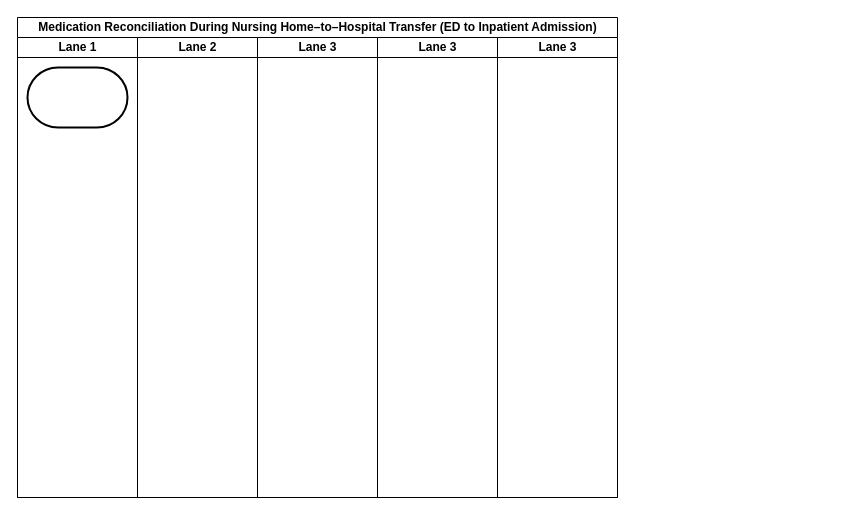
The draw.io diagram Process Chart.drawio in melmirasol/Case-Problem-6.2, before the edit. Source tidied: cells renumbered, new cells numbered last; positions are measured from the earlier drawing's top-left corner, leaving out a move shared by most shapes. Both pictures are drawn from the tidied source at 100%, with x=0, y=0 at pixel (17, 17).
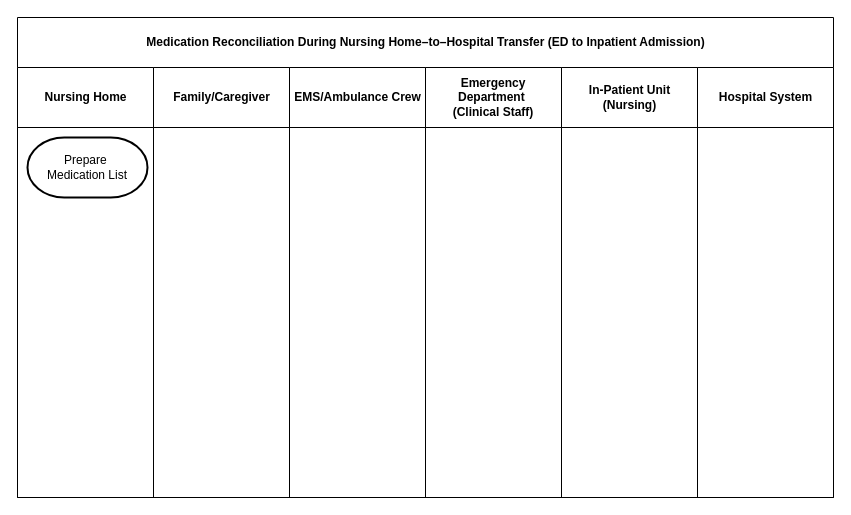
The same diagram, later.

The edit, as a diff of the source:
```diff
@@
 <mxGraphModel>
   <root>
     <mxCell id="0" />
     <mxCell id="1" parent="0" />
-    <mxCell id="2" value="Medication Reconciliation During Nursing Home–to–Hospital Transfer (ED to Inpatient Admission)" style="swimlane;startSize=20;html=1;" parent="1" vertex="1">
-      <mxGeometry width="600" height="480" as="geometry" />
+    <mxCell id="2" value="Medication Reconciliation During Nursing Home–to–Hospital Transfer (ED to Inpatient Admission)" style="swimlane;startSize=50;html=1;" parent="1" vertex="1">
+      <mxGeometry width="816" height="480" as="geometry" />
     </mxCell>
-    <mxCell id="3" value="Lane 1" style="swimlane;startSize=20;html=1;" parent="2" vertex="1">
-      <mxGeometry y="20" width="120" height="460" as="geometry" />
+    <mxCell id="3" value="Nursing Home" style="swimlane;startSize=60;html=1;" parent="2" vertex="1">
+      <mxGeometry y="50" width="136" height="430" as="geometry" />
     </mxCell>
-    <mxCell id="4" style="strokeWidth=2;html=1;shape=mxgraph.flowchart.terminator;whiteSpace=wrap;" parent="3" vertex="1">
-      <mxGeometry x="10" y="30" width="100" height="60" as="geometry" />
+    <mxCell id="4" value="Prepare&amp;nbsp;&lt;div&gt;Medication List&lt;/div&gt;" style="strokeWidth=2;html=1;shape=mxgraph.flowchart.terminator;whiteSpace=wrap;" parent="3" vertex="1">
+      <mxGeometry x="10" y="70" width="120" height="60" as="geometry" />
     </mxCell>
+    <mxCell id="9" value="Family/Caregiver" style="swimlane;startSize=60;html=1;" parent="2" vertex="1">
+      <mxGeometry x="136" y="50" width="136" height="430" as="geometry" />
+    </mxCell>
-    <mxCell id="5" value="Lane 2" style="swimlane;startSize=20;html=1;" parent="2" vertex="1">
-      <mxGeometry x="120" y="20" width="120" height="460" as="geometry" />
+    <mxCell id="5" value="EMS/Ambulance Crew" style="swimlane;startSize=60;html=1;" parent="2" vertex="1">
+      <mxGeometry x="272" y="50" width="136" height="430" as="geometry" />
     </mxCell>
-    <mxCell id="6" value="Lane 3" style="swimlane;startSize=20;html=1;" parent="2" vertex="1">
-      <mxGeometry x="240" y="20" width="120" height="460" as="geometry" />
+    <mxCell id="6" value="Emergency Department&amp;nbsp;&lt;div&gt;(Clinical&amp;nbsp;Staff)&lt;/div&gt;" style="swimlane;startSize=60;html=1;whiteSpace=wrap;" parent="2" vertex="1">
+      <mxGeometry x="408" y="50" width="136" height="430" as="geometry" />
     </mxCell>
-    <mxCell id="7" value="Lane 3" style="swimlane;startSize=20;html=1;" parent="2" vertex="1">
-      <mxGeometry x="360" y="20" width="120" height="460" as="geometry" />
+    <mxCell id="7" value="In-Patient Unit&lt;div&gt;(Nursing)&lt;/div&gt;" style="swimlane;startSize=60;html=1;" parent="2" vertex="1">
+      <mxGeometry x="544" y="50" width="136" height="430" as="geometry" />
     </mxCell>
-    <mxCell id="8" value="Lane 3" style="swimlane;startSize=20;html=1;" parent="2" vertex="1">
-      <mxGeometry x="480" y="20" width="120" height="460" as="geometry" />
+    <mxCell id="8" value="Hospital System" style="swimlane;startSize=60;html=1;" parent="2" vertex="1">
+      <mxGeometry x="680" y="50" width="136" height="430" as="geometry" />
     </mxCell>
   </root>
 </mxGraphModel>
```
